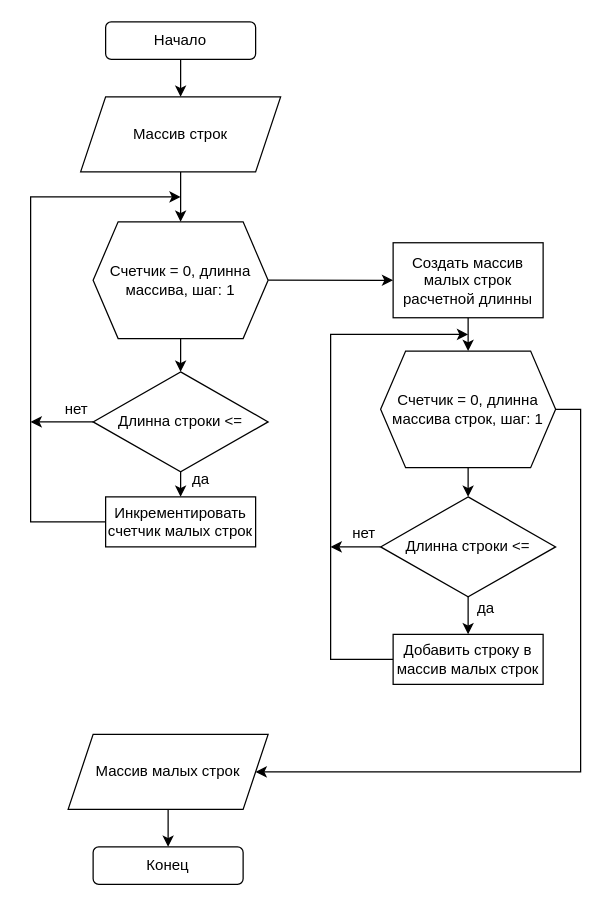
Before: etc/Контрольная 1.drawio in MakarZverev/Final-test-1, a draw.io diagram. Source tidied: cells renumbered, new cells numbered last; positions are measured from the earlier drawing's top-left corner, leaving out a move shared by most shapes. Both pictures are drawn from the tidied source at 125%, with x=0, y=0 at pixel (30, 21).
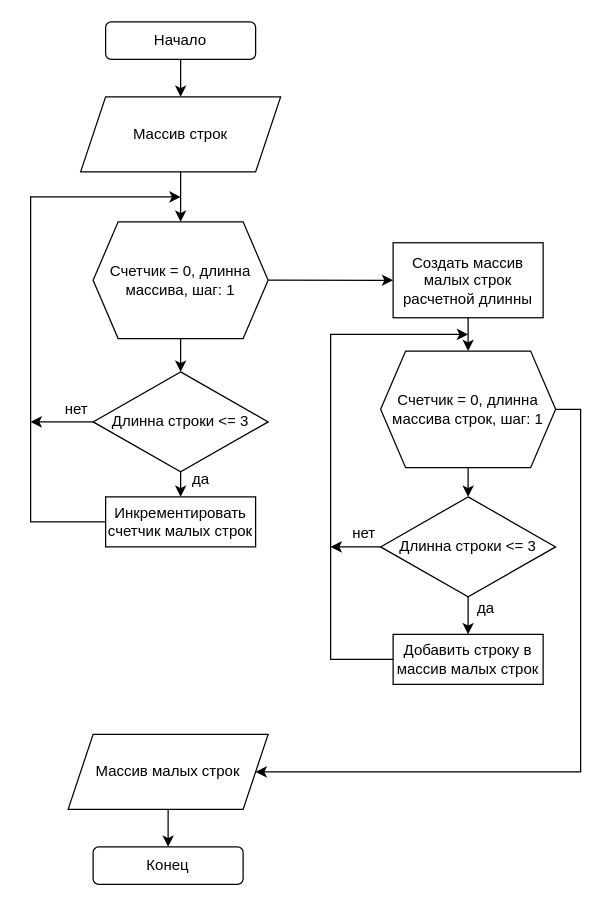
After the change.

Commit message:
Исправил в файле блок-схемы ошибку с отсутствием цифры "3" в условии блоков "если".

What changed in the source:
```diff
@@
-    <mxCell id="12" value="Длинна строки &amp;lt;=" style="rhombus;whiteSpace=wrap;html=1;" parent="1" vertex="1">
+    <mxCell id="12" value="Длинна строки &amp;lt;= 3" style="rhombus;whiteSpace=wrap;html=1;" parent="1" vertex="1">
       <mxGeometry x="50" y="280" width="140" height="80" as="geometry" />
     </mxCell>
@@
-    <mxCell id="24" value="Длинна строки &amp;lt;=" style="rhombus;whiteSpace=wrap;html=1;" parent="1" vertex="1">
+    <mxCell id="24" value="Длинна строки &amp;lt;= 3" style="rhombus;whiteSpace=wrap;html=1;" parent="1" vertex="1">
       <mxGeometry x="280" y="380" width="140" height="80" as="geometry" />
     </mxCell>
```
